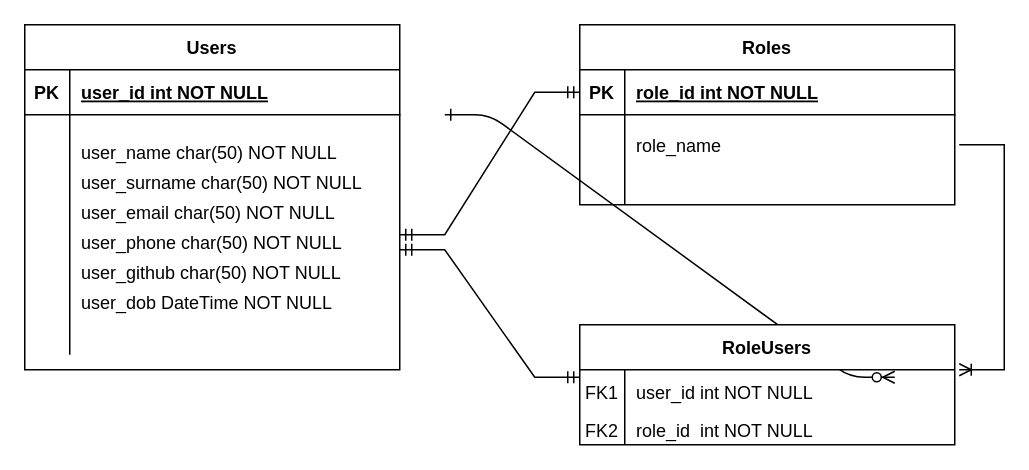
This is Untitled Diagram.drawio from Geek-Active-learning/Active-Learning-Project, a draw.io file, before an edit. Source tidied: cells renumbered, new cells numbered last; positions are measured from the earlier drawing's top-left corner, leaving out a move shared by most shapes. Both pictures are drawn from the tidied source at 150%, with x=0, y=0 at pixel (24, 24).
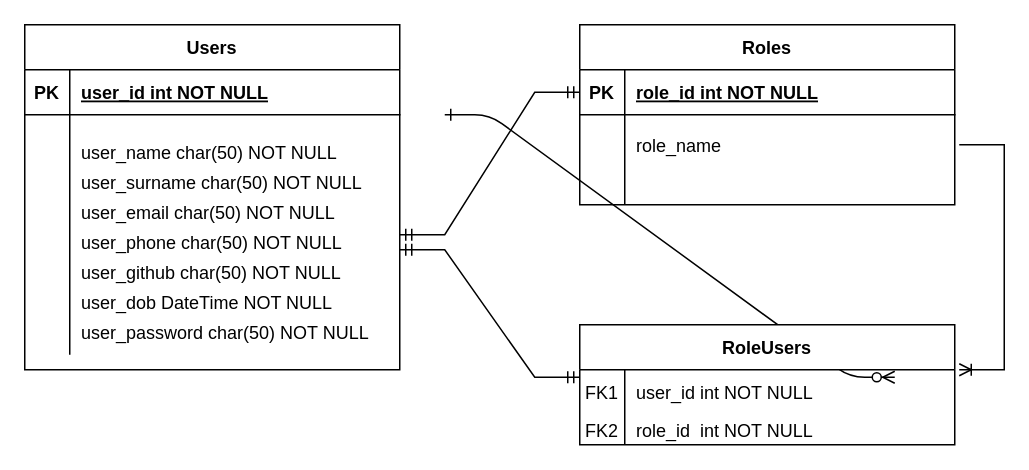
After the change.

What changed in the source:
```diff
@@
+    <mxCell id="38" value="user_password char(50) NOT NULL" style="shape=partialRectangle;overflow=hidden;fillColor=none;top=0;left=0;bottom=0;right=0;align=left;spacingLeft=6;" parent="1" vertex="1">
+      <mxGeometry x="30" y="190" width="220" height="30" as="geometry" />
+    </mxCell>
```
